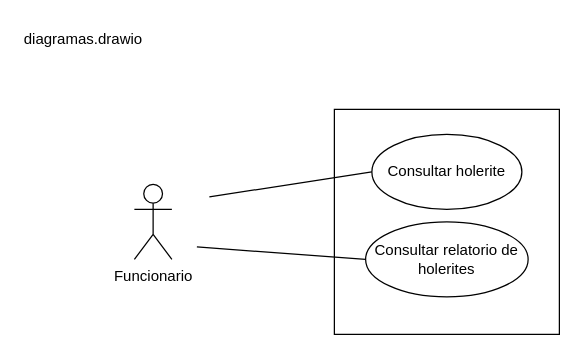
LMoraes7/sistema_rh keeps this draw.io diagram as page "RH - sistema folha de pagamentos v2" (2 of 6) of diagramas.drawio.xml. Above is the earlier version. Source tidied: cells renumbered, new cells numbered last; positions are measured from the earlier drawing's top-left corner, leaving out a move shared by most shapes. Both pictures are drawn from the tidied source at 125%, with x=0, y=0 at pixel (21, 21).
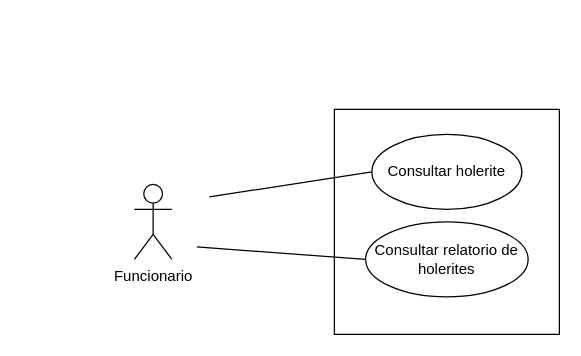
After the change.

What changed in the source:
```diff
@@
 <mxGraphModel>
   <root>
     <mxCell id="0" />
     <mxCell id="1" parent="0" />
     <mxCell id="2" style="rounded=0;whiteSpace=wrap;html=1;" parent="1" vertex="1">
       <mxGeometry x="250" y="70" width="180" height="180" as="geometry" />
     </mxCell>
     <mxCell id="3" value="Funcionario" style="shape=umlActor;verticalLabelPosition=bottom;verticalAlign=top;html=1;" parent="1" vertex="1">
       <mxGeometry x="90" y="130" width="30" height="60" as="geometry" />
     </mxCell>
     <mxCell id="4" value="Consultar holerite" style="ellipse;whiteSpace=wrap;html=1;" parent="1" vertex="1">
       <mxGeometry x="280" y="90" width="120" height="60" as="geometry" />
     </mxCell>
     <mxCell id="5" value="Consultar relatorio de holerites" style="ellipse;whiteSpace=wrap;html=1;" parent="1" vertex="1">
       <mxGeometry x="275" y="160" width="130" height="60" as="geometry" />
     </mxCell>
     <mxCell id="6" style="endArrow=none;html=1;rounded=0;entryX=0;entryY=0.5;entryDx=0;entryDy=0;" parent="1" edge="1" target="4">
       <mxGeometry relative="1" as="geometry">
         <mxPoint x="150" y="140" as="sourcePoint" />
       </mxGeometry>
     </mxCell>
     <mxCell id="7" style="endArrow=none;html=1;rounded=0;entryX=0;entryY=0.5;entryDx=0;entryDy=0;" parent="1" edge="1" target="5">
       <mxGeometry relative="1" as="geometry">
         <mxPoint x="140" y="180" as="sourcePoint" />
       </mxGeometry>
     </mxCell>
-    <mxCell id="8" value="diagramas.drawio" style="text;whiteSpace=wrap;html=1;" parent="1" vertex="1">
-      <mxGeometry width="130" height="40" as="geometry" />
-    </mxCell>
   </root>
 </mxGraphModel>
```
